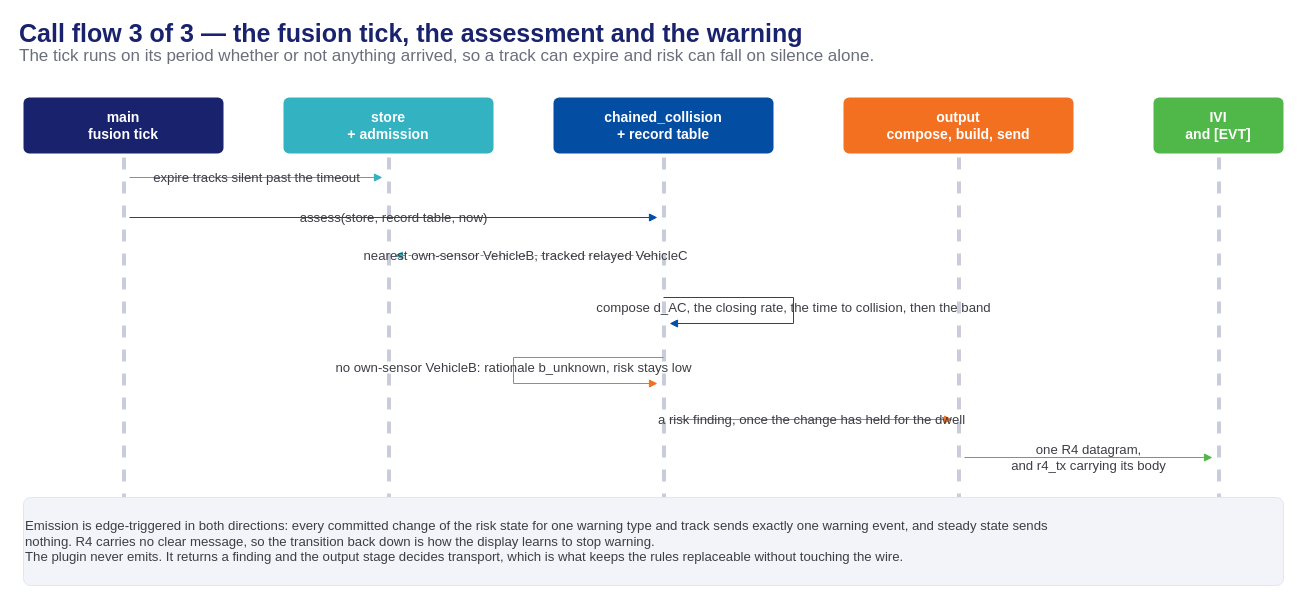
This is presentation/assets/phase2-4-ada-callflow-3.drawio from mnpham2101/FPT-Hackathon2026, a draw.io file, before an edit. Source tidied: cells renumbered, new cells numbered last; positions are measured from the earlier drawing's top-left corner, leaving out a move shared by most shapes. Both pictures are drawn from the tidied source at 100%, with x=0, y=0 at pixel (17, 21).
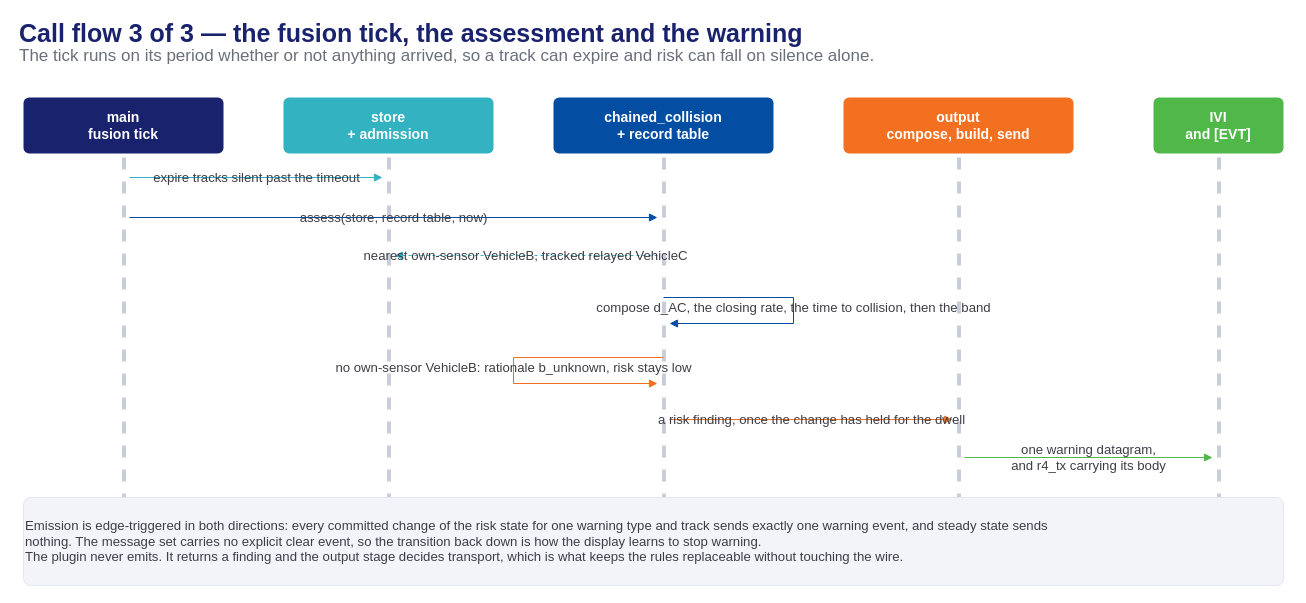
The same page after the edit.

Diff of the diagram source:
```diff
@@
-    <mxCell id="20" value="one R4 datagram,&#10;and r4_tx carrying its body" style="html=1;endArrow=block;endFill=1;strokeColor=#50B848;edgeStyle=orthogonalEdgeStyle;rounded=0;fontSize=13.2;fontColor=#3d3d46;labelBackgroundColor=none;" parent="1" edge="1">
+    <mxCell id="20" value="one warning datagram,&#10;and r4_tx carrying its body" style="html=1;endArrow=block;endFill=1;strokeColor=#50B848;edgeStyle=orthogonalEdgeStyle;rounded=0;fontSize=13.2;fontColor=#3d3d46;labelBackgroundColor=none;" parent="1" edge="1">
       <mxGeometry relative="1" as="geometry">
         <mxPoint x="947" y="436" as="sourcePoint" />
         <mxPoint x="1195" y="436" as="targetPoint" />
       </mxGeometry>
     </mxCell>
-    <mxCell id="21" value="Emission is edge-triggered in both directions: every committed change of the risk state for one warning type and track sends exactly one warning event, and steady state sends&#10;nothing. R4 carries no clear message, so the transition back down is how the display learns to stop warning.&#10;The plugin never emits. It returns a finding and the output stage decides transport, which is what keeps the rules replaceable without touching the wire." style="rounded=1;arcSize=8;html=1;fillColor=#f2f4f9;strokeColor=#e3e6f0;fontColor=#3d3d46;fontSize=13.2;fontStyle=0;whiteSpace=wrap;verticalAlign=middle;align=left;" parent="1" vertex="1">
+    <mxCell id="21" value="Emission is edge-triggered in both directions: every committed change of the risk state for one warning type and track sends exactly one warning event, and steady state sends&#10;nothing. The message set carries no explicit clear event, so the transition back down is how the display learns to stop warning.&#10;The plugin never emits. It returns a finding and the output stage decides transport, which is what keeps the rules replaceable without touching the wire." style="rounded=1;arcSize=8;html=1;fillColor=#f2f4f9;strokeColor=#e3e6f0;fontColor=#3d3d46;fontSize=13.2;fontStyle=0;whiteSpace=wrap;verticalAlign=middle;align=left;" parent="1" vertex="1">
       <mxGeometry x="6" y="476" width="1260" height="88" as="geometry" />
     </mxCell>
```
